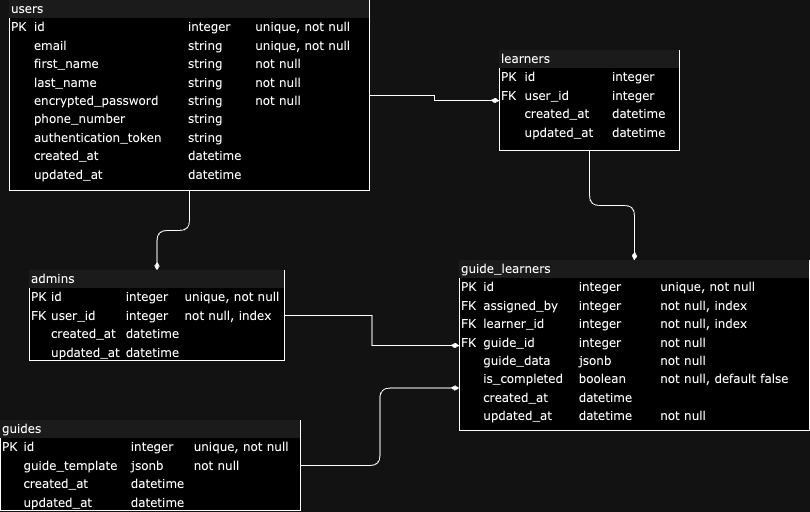
Before: public/WorkRampDB.drawio.png, a diagram exported from draw.io (giomv/guides_admin). Source tidied: cells renumbered, new cells last; positions are measured from the earlier drawing's top-left corner, leaving out a move shared by most shapes.
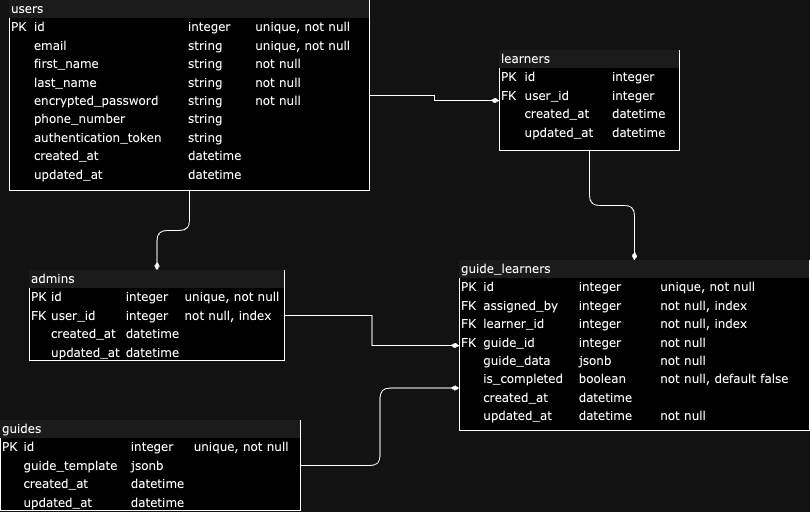
The same file after the commit.

What changed in the source:
```diff
@@ -17,7 +17,7 @@
     <mxCell id="6" style="edgeStyle=orthogonalEdgeStyle;html=1;exitX=0;exitY=0.75;entryX=1;entryY=0.5;labelBackgroundColor=none;startArrow=diamondThin;endArrow=none;fontFamily=Verdana;fontSize=12;align=left;startFill=1;endFill=0;" parent="1" edge="1" source="10" target="7">
       <mxGeometry relative="1" as="geometry" />
     </mxCell>
-    <mxCell id="7" value="&lt;div style=&quot;box-sizing: border-box ; width: 100% ; background: #e4e4e4 ; padding: 2px&quot;&gt;guides&lt;/div&gt;&lt;table style=&quot;width: 100% ; font-size: 1em&quot; cellpadding=&quot;2&quot; cellspacing=&quot;0&quot;&gt;&lt;tbody&gt;&lt;tr&gt;&lt;td&gt;PK&lt;/td&gt;&lt;td&gt;id&lt;/td&gt;&lt;td&gt;integer&lt;/td&gt;&lt;td&gt;unique, not null&lt;/td&gt;&lt;/tr&gt;&lt;tr&gt;&lt;td&gt;&lt;br&gt;&lt;/td&gt;&lt;td&gt;guide_template&lt;/td&gt;&lt;td&gt;jsonb&lt;/td&gt;&lt;td&gt;not null&lt;/td&gt;&lt;/tr&gt;&lt;tr&gt;&lt;td&gt;&lt;/td&gt;&lt;td&gt;created_at&lt;/td&gt;&lt;td&gt;datetime&lt;/td&gt;&lt;td&gt;&lt;br&gt;&lt;/td&gt;&lt;/tr&gt;&lt;tr&gt;&lt;td&gt;&lt;br&gt;&lt;/td&gt;&lt;td&gt;updated_at&lt;br&gt;&lt;/td&gt;&lt;td&gt;datetime&lt;/td&gt;&lt;td&gt;&lt;br&gt;&lt;/td&gt;&lt;/tr&gt;&lt;/tbody&gt;&lt;/table&gt;" style="verticalAlign=top;align=left;overflow=fill;html=1;rounded=0;shadow=0;comic=0;labelBackgroundColor=none;strokeWidth=1;fontFamily=Verdana;fontSize=12;" parent="1" vertex="1">
+    <mxCell id="7" value="&lt;div style=&quot;box-sizing: border-box ; width: 100% ; background: #e4e4e4 ; padding: 2px&quot;&gt;guides&lt;/div&gt;&lt;table style=&quot;width: 100% ; font-size: 1em&quot; cellpadding=&quot;2&quot; cellspacing=&quot;0&quot;&gt;&lt;tbody&gt;&lt;tr&gt;&lt;td&gt;PK&lt;/td&gt;&lt;td&gt;id&lt;/td&gt;&lt;td&gt;integer&lt;/td&gt;&lt;td&gt;unique, not null&lt;/td&gt;&lt;/tr&gt;&lt;tr&gt;&lt;td&gt;&lt;br&gt;&lt;/td&gt;&lt;td&gt;guide_template&lt;/td&gt;&lt;td&gt;jsonb&lt;/td&gt;&lt;td&gt;&lt;br&gt;&lt;/td&gt;&lt;/tr&gt;&lt;tr&gt;&lt;td&gt;&lt;/td&gt;&lt;td&gt;created_at&lt;/td&gt;&lt;td&gt;datetime&lt;/td&gt;&lt;td&gt;&lt;br&gt;&lt;/td&gt;&lt;/tr&gt;&lt;tr&gt;&lt;td&gt;&lt;br&gt;&lt;/td&gt;&lt;td&gt;updated_at&lt;br&gt;&lt;/td&gt;&lt;td&gt;datetime&lt;/td&gt;&lt;td&gt;&lt;br&gt;&lt;/td&gt;&lt;/tr&gt;&lt;/tbody&gt;&lt;/table&gt;" style="verticalAlign=top;align=left;overflow=fill;html=1;rounded=0;shadow=0;comic=0;labelBackgroundColor=none;strokeWidth=1;fontFamily=Verdana;fontSize=12;" parent="1" vertex="1">
       <mxGeometry y="420" width="300" height="90" as="geometry" />
     </mxCell>
     <mxCell id="8" style="edgeStyle=orthogonalEdgeStyle;rounded=0;jettySize=auto;html=1;endArrow=diamondThin;endFill=1;" parent="1" edge="1" source="9" target="10">
```
